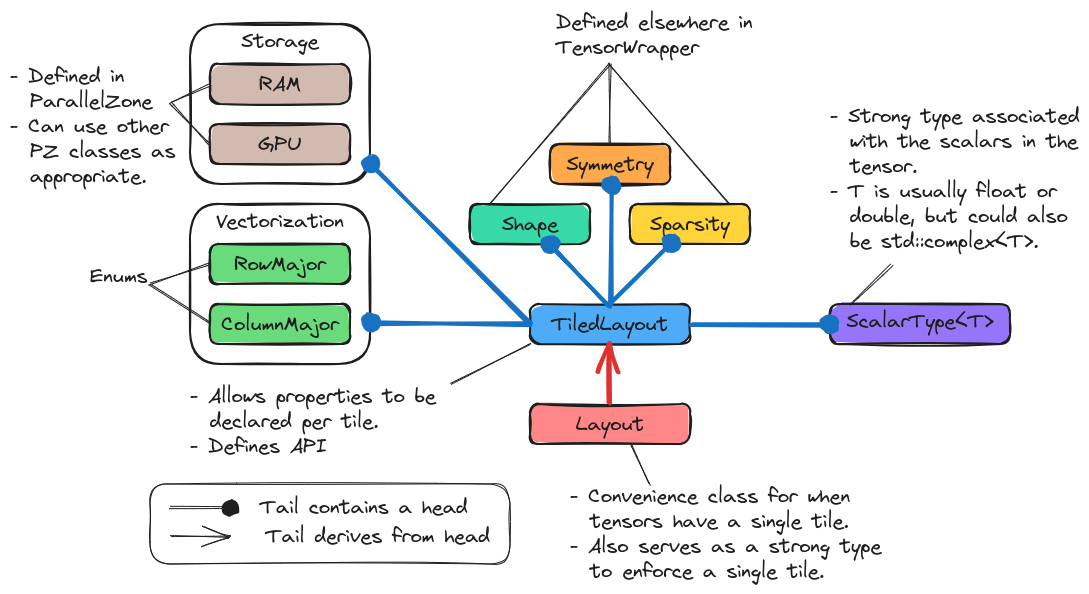
Above: _images/layout.png in NWChemEx/TensorWrapper (Excalidraw), before the change. Source tidied: one line per element, renumbered; positions are measured from the earlier drawing's top-left corner, leaving out a move shared by most shapes.
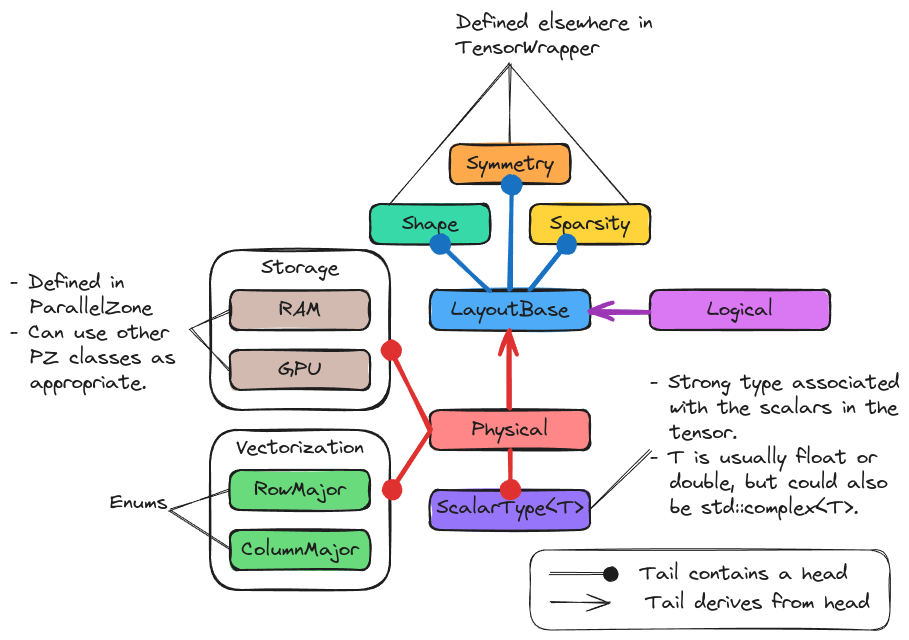
The same file after the commit.

What changed in the source:
```diff
@@ -1,52 +1,51 @@
-{"id": 0, "type": "rectangle", "strokeColor": "#1e1e1e", "backgroundColor": "#ff8787", "fillStyle": "solid", "strokeWidth": 2, "roughness": 1, "round": true, "x": 520, "y": 394, "width": 160, "height": 40}
+{"id": 0, "type": "rectangle", "strokeColor": "#1e1e1e", "backgroundColor": "#ff8787", "fillStyle": "solid", "strokeWidth": 2, "roughness": 1, "round": true, "x": 520, "y": 334, "width": 160, "height": 40}
-{"id": 1, "type": "text", "text": "Layout", "strokeColor": "#1e1e1e", "strokeWidth": 1, "roughness": 1, "fontSize": 20, "fontFamily": 1, "textAlign": "center", "verticalAlign": "middle", "inside": 0, "x": 566, "y": 402, "width": 68, "height": 25}
+{"id": 1, "type": "text", "text": "Physical", "strokeColor": "#1e1e1e", "strokeWidth": 1, "roughness": 1, "fontSize": 20, "fontFamily": 1, "textAlign": "center", "verticalAlign": "middle", "inside": 0, "x": 562, "y": 342, "width": 76, "height": 25}
-{"id": 2, "type": "rectangle", "strokeColor": "#1e1e1e", "backgroundColor": "#38d9a9", "fillStyle": "solid", "strokeWidth": 2, "roughness": 1, "round": true, "x": 460, "y": 194, "width": 120, "height": 40}
+{"id": 2, "type": "rectangle", "strokeColor": "#1e1e1e", "backgroundColor": "#38d9a9", "fillStyle": "solid", "strokeWidth": 2, "roughness": 1, "round": true, "x": 460, "y": 128, "width": 120, "height": 40}
-{"id": 3, "type": "text", "text": "Shape", "strokeColor": "#1e1e1e", "strokeWidth": 1, "roughness": 1, "fontSize": 20, "fontFamily": 1, "textAlign": "center", "verticalAlign": "middle", "inside": 2, "x": 492, "y": 202, "width": 56, "height": 25}
+{"id": 3, "type": "text", "text": "Shape", "strokeColor": "#1e1e1e", "strokeWidth": 1, "roughness": 1, "fontSize": 20, "fontFamily": 1, "textAlign": "center", "verticalAlign": "middle", "inside": 2, "x": 492, "y": 136, "width": 56, "height": 25}
-{"id": 4, "type": "rectangle", "strokeColor": "#1e1e1e", "backgroundColor": "#ffa94d", "fillStyle": "solid", "strokeWidth": 2, "roughness": 1, "round": true, "x": 540, "y": 134, "width": 120, "height": 40}
+{"id": 4, "type": "rectangle", "strokeColor": "#1e1e1e", "backgroundColor": "#ffa94d", "fillStyle": "solid", "strokeWidth": 2, "roughness": 1, "round": true, "x": 540, "y": 68, "width": 120, "height": 40}
-{"id": 5, "type": "text", "text": "Symmetry", "strokeColor": "#1e1e1e", "strokeWidth": 1, "roughness": 1, "fontSize": 20, "fontFamily": 1, "textAlign": "center", "verticalAlign": "middle", "inside": 4, "x": 556, "y": 142, "width": 87, "height": 25}
+{"id": 5, "type": "text", "text": "Symmetry", "strokeColor": "#1e1e1e", "strokeWidth": 1, "roughness": 1, "fontSize": 20, "fontFamily": 1, "textAlign": "center", "verticalAlign": "middle", "inside": 4, "x": 556, "y": 76, "width": 87, "height": 25}
-{"id": 6, "type": "rectangle", "strokeColor": "#1e1e1e", "backgroundColor": "#ffd43b", "fillStyle": "solid", "strokeWidth": 2, "roughness": 1, "round": true, "x": 620, "y": 194, "width": 120, "height": 40}
+{"id": 6, "type": "rectangle", "strokeColor": "#1e1e1e", "backgroundColor": "#ffd43b", "fillStyle": "solid", "strokeWidth": 2, "roughness": 1, "round": true, "x": 620, "y": 128, "width": 120, "height": 40}
-{"id": 7, "type": "text", "text": "Sparsity", "strokeColor": "#1e1e1e", "strokeWidth": 1, "roughness": 1, "fontSize": 20, "fontFamily": 1, "textAlign": "center", "verticalAlign": "middle", "inside": 6, "x": 640, "y": 202, "width": 80, "height": 25}
+{"id": 7, "type": "text", "text": "Sparsity", "strokeColor": "#1e1e1e", "strokeWidth": 1, "roughness": 1, "fontSize": 20, "fontFamily": 1, "textAlign": "center", "verticalAlign": "middle", "inside": 6, "x": 640, "y": 136, "width": 80, "height": 25}
-{"id": 8, "type": "rectangle", "strokeColor": "#1e1e1e", "strokeWidth": 2, "roughness": 1, "round": true, "x": 180, "y": 194, "width": 180, "height": 160}
+{"id": 8, "type": "rectangle", "strokeColor": "#1e1e1e", "strokeWidth": 2, "roughness": 1, "round": true, "x": 300, "y": 354, "width": 180, "height": 160}
-{"id": 9, "type": "text", "text": "Vectorization", "strokeColor": "#1e1e1e", "strokeWidth": 1, "roughness": 1, "fontSize": 20, "fontFamily": 1, "textAlign": "center", "inside": 8, "x": 206, "y": 199, "width": 128, "height": 25}
+{"id": 9, "type": "text", "text": "Vectorization", "strokeColor": "#1e1e1e", "strokeWidth": 1, "roughness": 1, "fontSize": 20, "fontFamily": 1, "textAlign": "center", "inside": 8, "x": 326, "y": 359, "width": 128, "height": 25}
-{"id": 10, "type": "rectangle", "strokeColor": "#1e1e1e", "backgroundColor": "#4dabf7", "fillStyle": "solid", "strokeWidth": 2, "roughness": 1, "round": true, "x": 520, "y": 294, "width": 160, "height": 40}
+{"id": 10, "type": "rectangle", "strokeColor": "#1e1e1e", "backgroundColor": "#4dabf7", "fillStyle": "solid", "strokeWidth": 2, "roughness": 1, "round": true, "x": 520, "y": 214, "width": 160, "height": 40}
-{"id": 11, "type": "text", "text": "TiledLayout", "strokeColor": "#1e1e1e", "strokeWidth": 1, "roughness": 1, "fontSize": 20, "fontFamily": 1, "textAlign": "center", "verticalAlign": "middle", "inside": 10, "x": 542, "y": 302, "width": 116, "height": 25}
+{"id": 11, "type": "text", "text": "LayoutBase", "strokeColor": "#1e1e1e", "strokeWidth": 1, "roughness": 1, "fontSize": 20, "fontFamily": 1, "textAlign": "center", "verticalAlign": "middle", "inside": 10, "x": 541, "y": 222, "width": 118, "height": 25}
-{"id": 12, "type": "text", "text": "- Allows properties to be\n  declared per tile.\n- Defines API", "strokeColor": "#1e1e1e", "strokeWidth": 1, "roughness": 1, "fontSize": 20, "fontFamily": 1, "x": 180, "y": 374, "width": 246, "height": 75}
-{"id": 13, "type": "text", "text": "- Convenience class for when \n  tensors have a single tile.\n- Also serves as a strong type\n  to enforce a single tile.", "strokeColor": "#1e1e1e", "strokeWidth": 1, "roughness": 1, "fontSize": 20, "fontFamily": 1, "x": 560, "y": 474, "width": 311, "height": 100}
-{"id": 14, "type": "rectangle", "strokeColor": "#1e1e1e", "backgroundColor": "#69db7c", "fillStyle": "solid", "strokeWidth": 2, "roughness": 1, "round": true, "x": 200, "y": 234, "width": 140, "height": 40}
+{"id": 14, "type": "rectangle", "strokeColor": "#1e1e1e", "backgroundColor": "#69db7c", "fillStyle": "solid", "strokeWidth": 2, "roughness": 1, "round": true, "x": 320, "y": 394, "width": 140, "height": 40}
-{"id": 15, "type": "text", "text": "RowMajor", "strokeColor": "#1e1e1e", "strokeWidth": 1, "roughness": 1, "fontSize": 20, "fontFamily": 1, "textAlign": "center", "verticalAlign": "middle", "inside": 14, "x": 224, "y": 242, "width": 92, "height": 25}
+{"id": 15, "type": "text", "text": "RowMajor", "strokeColor": "#1e1e1e", "strokeWidth": 1, "roughness": 1, "fontSize": 20, "fontFamily": 1, "textAlign": "center", "verticalAlign": "middle", "inside": 14, "x": 344, "y": 402, "width": 92, "height": 25}
-{"id": 16, "type": "rectangle", "strokeColor": "#1e1e1e", "backgroundColor": "#69db7c", "fillStyle": "solid", "strokeWidth": 2, "roughness": 1, "round": true, "x": 200, "y": 294, "width": 140, "height": 40}
+{"id": 16, "type": "rectangle", "strokeColor": "#1e1e1e", "backgroundColor": "#69db7c", "fillStyle": "solid", "strokeWidth": 2, "roughness": 1, "round": true, "x": 320, "y": 454, "width": 140, "height": 40}
-{"id": 17, "type": "text", "text": "ColumnMajor", "strokeColor": "#1e1e1e", "strokeWidth": 1, "roughness": 1, "fontSize": 20, "fontFamily": 1, "textAlign": "center", "verticalAlign": "middle", "inside": 16, "x": 211, "y": 302, "width": 117, "height": 25}
+{"id": 17, "type": "text", "text": "ColumnMajor", "strokeColor": "#1e1e1e", "strokeWidth": 1, "roughness": 1, "fontSize": 20, "fontFamily": 1, "textAlign": "center", "verticalAlign": "middle", "inside": 16, "x": 331, "y": 462, "width": 117, "height": 25}
-{"id": 18, "type": "text", "text": "Enums", "strokeColor": "#1e1e1e", "strokeWidth": 1, "roughness": 1, "fontSize": 20, "fontFamily": 1, "x": 80, "y": 254, "width": 58, "height": 25}
+{"id": 18, "type": "text", "text": "Enums", "strokeColor": "#1e1e1e", "strokeWidth": 1, "roughness": 1, "fontSize": 20, "fontFamily": 1, "x": 200, "y": 414, "width": 58, "height": 25}
-{"id": 19, "type": "rectangle", "strokeColor": "#1e1e1e", "backgroundColor": "#9775fa", "fillStyle": "solid", "strokeWidth": 2, "roughness": 1, "round": true, "x": 820, "y": 294, "width": 180, "height": 40}
+{"id": 19, "type": "rectangle", "strokeColor": "#1e1e1e", "backgroundColor": "#9775fa", "fillStyle": "solid", "strokeWidth": 2, "roughness": 1, "round": true, "x": 520, "y": 414, "width": 160, "height": 40}
-{"id": 20, "type": "text", "text": "ScalarType<T>", "strokeColor": "#1e1e1e", "strokeWidth": 1, "roughness": 1, "fontSize": 20, "fontFamily": 1, "textAlign": "center", "inside": 19, "x": 837, "y": 299, "width": 147, "height": 25}
+{"id": 20, "type": "text", "text": "ScalarType<T>", "strokeColor": "#1e1e1e", "strokeWidth": 1, "roughness": 1, "fontSize": 20, "fontFamily": 1, "textAlign": "center", "inside": 19, "x": 527, "y": 419, "width": 147, "height": 25}
-{"id": 21, "type": "text", "text": "- Strong type associated\n  with the scalars in the\n  tensor.\n- T is usually float or\n  double, but could also\n  be std::complex<T>.", "strokeColor": "#1e1e1e", "strokeWidth": 1, "roughness": 1, "fontSize": 20, "fontFamily": 1, "x": 820, "y": 94, "width": 250, "height": 150}
+{"id": 21, "type": "text", "text": "- Strong type associated\n  with the scalars in the\n  tensor.\n- T is usually float or\n  double, but could also\n  be std::complex<T>.", "strokeColor": "#1e1e1e", "strokeWidth": 1, "roughness": 1, "fontSize": 20, "fontFamily": 1, "x": 740, "y": 294, "width": 250, "height": 150}
-{"id": 22, "type": "line", "strokeColor": "#1e1e1e", "strokeWidth": 1, "roughness": 1, "round": true, "x": 140, "y": 274, "width": 60, "height": 20, "points": [[0, 0], [60, -20]]}
+{"id": 22, "type": "line", "strokeColor": "#1e1e1e", "strokeWidth": 1, "roughness": 1, "round": true, "x": 260, "y": 434, "width": 60, "height": 20, "points": [[0, 0], [60, -20]]}
-{"id": 23, "type": "line", "strokeColor": "#1e1e1e", "strokeWidth": 1, "roughness": 1, "round": true, "x": 140, "y": 274, "width": 60, "height": 40, "points": [[0, 0], [60, 40]]}
+{"id": 23, "type": "line", "strokeColor": "#1e1e1e", "strokeWidth": 1, "roughness": 1, "round": true, "x": 260, "y": 434, "width": 60, "height": 40, "points": [[0, 0], [60, 40]]}
-{"id": 24, "type": "line", "strokeColor": "#1e1e1e", "strokeWidth": 1, "roughness": 1, "round": true, "x": 841, "y": 294, "width": 40, "height": 40, "points": [[0, 0], [40, -40]]}
+{"id": 24, "type": "line", "strokeColor": "#1e1e1e", "strokeWidth": 1, "roughness": 1, "round": true, "x": 680, "y": 434, "width": 60, "height": 60, "points": [[0, 0], [60, -60]]}
-{"id": 25, "type": "arrow", "strokeColor": "#1971c2", "strokeWidth": 4, "roughness": 1, "endArrowhead": "dot", "round": true, "to": 4, "x": 601, "y": 295, "width": 0, "height": 120, "points": [[0, 0], [0, -120]]}
+{"id": 25, "type": "arrow", "strokeColor": "#1971c2", "strokeWidth": 4, "roughness": 1, "endArrowhead": "dot", "round": true, "from": 10, "to": 4, "x": 600, "y": 214, "width": 1, "height": 105, "points": [[0, 0], [1, -105]]}
-{"id": 26, "type": "arrow", "strokeColor": "#1971c2", "strokeWidth": 4, "roughness": 1, "endArrowhead": "dot", "round": true, "to": 2, "x": 600, "y": 296, "width": 60, "height": 60, "points": [[0, 0], [-60, -60]]}
+{"id": 26, "type": "arrow", "strokeColor": "#1971c2", "strokeWidth": 4, "roughness": 1, "endArrowhead": "dot", "round": true, "from": 10, "to": 2, "x": 580, "y": 214, "width": 49, "height": 44, "points": [[0, 0], [-49, -44]]}
-{"id": 27, "type": "arrow", "strokeColor": "#1971c2", "strokeWidth": 4, "roughness": 1, "endArrowhead": "dot", "round": true, "from": 10, "to": 6, "x": 600, "y": 294, "width": 60, "height": 60, "points": [[0, 0], [60, -60]]}
+{"id": 27, "type": "arrow", "strokeColor": "#1971c2", "strokeWidth": 4, "roughness": 1, "endArrowhead": "dot", "round": true, "from": 10, "to": 6, "x": 620, "y": 214, "width": 35, "height": 45, "points": [[0, 0], [35, -45]]}
-{"id": 28, "type": "arrow", "strokeColor": "#1971c2", "strokeWidth": 4, "roughness": 1, "endArrowhead": "dot", "round": true, "from": 10, "to": 19, "x": 681, "y": 314, "width": 138, "height": 1, "points": [[0, 0], [138, 1]]}
+{"id": 28, "type": "arrow", "strokeColor": "#e03131", "strokeWidth": 4, "roughness": 1, "endArrowhead": "dot", "round": true, "from": 0, "x": 600, "y": 374, "width": 0, "height": 40, "points": [[0, 0], [0, 40]]}
-{"id": 29, "type": "arrow", "strokeColor": "#1971c2", "strokeWidth": 4, "roughness": 1, "endArrowhead": "dot", "round": true, "from": 10, "to": 8, "x": 520, "y": 314, "width": 160, "height": 0, "points": [[0, 0], [-160, 0]]}
+{"id": 29, "type": "arrow", "strokeColor": "#e03131", "strokeWidth": 4, "roughness": 1, "endArrowhead": "dot", "round": true, "from": 0, "to": 8, "x": 520, "y": 354, "width": 39, "height": 61, "points": [[0, 0], [-39, 61]]}
-{"id": 30, "type": "arrow", "strokeColor": "#e03131", "strokeWidth": 4, "roughness": 1, "endArrowhead": "arrow", "round": true, "from": 0, "to": 10, "x": 600, "y": 394, "width": 0, "height": 60, "points": [[0, 0], [0, -60]]}
+{"id": 30, "type": "arrow", "strokeColor": "#e03131", "strokeWidth": 4, "roughness": 1, "endArrowhead": "arrow", "round": true, "from": 0, "to": 10, "x": 600, "y": 333, "width": 0, "height": 78, "points": [[0, 0], [0, -78]]}
-{"id": 31, "type": "arrow", "strokeColor": "#1e1e1e", "strokeWidth": 1, "roughness": 1, "endArrowhead": "dot", "round": true, "x": 160, "y": 497, "width": 60, "height": 0, "points": [[0, 0], [60, 0]]}
+{"id": 31, "type": "arrow", "strokeColor": "#1e1e1e", "strokeWidth": 1, "roughness": 1, "endArrowhead": "dot", "round": true, "x": 640, "y": 497, "width": 60, "height": 0, "points": [[0, 0], [60, 0]]}
-{"id": 32, "type": "text", "text": "Tail contains a head", "strokeColor": "#1e1e1e", "strokeWidth": 1, "roughness": 1, "fontSize": 20, "fontFamily": 1, "x": 250, "y": 485, "width": 208, "height": 25}
+{"id": 32, "type": "text", "text": "Tail contains a head", "strokeColor": "#1e1e1e", "strokeWidth": 1, "roughness": 1, "fontSize": 20, "fontFamily": 1, "x": 730, "y": 485, "width": 208, "height": 25}
-{"id": 33, "type": "arrow", "strokeColor": "#1e1e1e", "strokeWidth": 1, "roughness": 1, "endArrowhead": "arrow", "round": true, "x": 161, "y": 526, "width": 60, "height": 0, "points": [[0, 0], [60, 0]]}
+{"id": 33, "type": "arrow", "strokeColor": "#1e1e1e", "strokeWidth": 1, "roughness": 1, "endArrowhead": "arrow", "round": true, "x": 641, "y": 526, "width": 60, "height": 0, "points": [[0, 0], [60, 0]]}
-{"id": 34, "type": "text", "text": "Tail derives from head", "strokeColor": "#1e1e1e", "strokeWidth": 1, "roughness": 1, "fontSize": 20, "fontFamily": 1, "x": 256, "y": 514, "width": 224, "height": 25}
+{"id": 34, "type": "text", "text": "Tail derives from head", "strokeColor": "#1e1e1e", "strokeWidth": 1, "roughness": 1, "fontSize": 20, "fontFamily": 1, "x": 736, "y": 514, "width": 224, "height": 25}
-{"id": 35, "type": "rectangle", "strokeColor": "#1e1e1e", "strokeWidth": 1, "roughness": 1, "round": true, "x": 140, "y": 474, "width": 360, "height": 80}
+{"id": 35, "type": "rectangle", "strokeColor": "#1e1e1e", "strokeWidth": 1, "roughness": 1, "round": true, "x": 620, "y": 474, "width": 360, "height": 80}
-{"id": 36, "type": "line", "strokeColor": "#1e1e1e", "strokeWidth": 1, "roughness": 1, "round": true, "x": 440, "y": 374, "width": 80, "height": 40, "points": [[0, 0], [80, -40]]}
-{"id": 37, "type": "line", "strokeColor": "#1e1e1e", "strokeWidth": 1, "roughness": 1, "round": true, "x": 640, "y": 474, "width": 20, "height": 40, "points": [[0, 0], [-20, -40]]}
-{"id": 38, "type": "line", "strokeColor": "#1e1e1e", "backgroundColor": "#ff8787", "fillStyle": "solid", "strokeWidth": 1, "roughness": 1, "round": true, "x": 480, "y": 194, "width": 120, "height": 140, "points": [[0, 0], [120, -140]]}
+{"id": 38, "type": "line", "strokeColor": "#1e1e1e", "backgroundColor": "#ff8787", "fillStyle": "solid", "strokeWidth": 1, "roughness": 1, "round": true, "x": 480, "y": 128, "width": 120, "height": 140, "points": [[0, 0], [120, -140]]}
-{"id": 39, "type": "line", "strokeColor": "#1e1e1e", "backgroundColor": "#ff8787", "fillStyle": "solid", "strokeWidth": 1, "roughness": 1, "round": true, "x": 600, "y": 134, "width": 0, "height": 80, "points": [[0, 0], [0, -80]]}
+{"id": 39, "type": "line", "strokeColor": "#1e1e1e", "backgroundColor": "#ff8787", "fillStyle": "solid", "strokeWidth": 1, "roughness": 1, "round": true, "x": 600, "y": 68, "width": 0, "height": 80, "points": [[0, 0], [0, -80]]}
-{"id": 40, "type": "line", "strokeColor": "#1e1e1e", "backgroundColor": "#ff8787", "fillStyle": "solid", "strokeWidth": 1, "roughness": 1, "round": true, "x": 720, "y": 194, "width": 120, "height": 140, "points": [[0, 0], [-120, -140]]}
+{"id": 40, "type": "line", "strokeColor": "#1e1e1e", "backgroundColor": "#ff8787", "fillStyle": "solid", "strokeWidth": 1, "roughness": 1, "round": true, "x": 720, "y": 128, "width": 120, "height": 140, "points": [[0, 0], [-120, -140]]}
-{"id": 41, "type": "text", "text": "Defined elsewhere in\nTensorWrapper", "strokeColor": "#1e1e1e", "backgroundColor": "#ff8787", "fillStyle": "solid", "strokeWidth": 2, "roughness": 1, "fontSize": 20, "fontFamily": 1, "x": 546, "y": 0, "width": 197, "height": 50}
+{"id": 41, "type": "text", "text": "Defined elsewhere in\nTensorWrapper", "strokeColor": "#1e1e1e", "backgroundColor": "#ff8787", "fillStyle": "solid", "strokeWidth": 2, "roughness": 1, "fontSize": 20, "fontFamily": 1, "x": 546, "y": -66, "width": 197, "height": 50}
-{"id": 42, "type": "rectangle", "strokeColor": "#1e1e1e", "strokeWidth": 2, "roughness": 1, "round": true, "x": 180, "y": 14, "width": 180, "height": 160}
+{"id": 42, "type": "rectangle", "strokeColor": "#1e1e1e", "strokeWidth": 2, "roughness": 1, "round": true, "x": 300, "y": 174, "width": 180, "height": 160}
-{"id": 43, "type": "text", "text": "Storage", "strokeColor": "#1e1e1e", "backgroundColor": "#9775fa", "fillStyle": "solid", "strokeWidth": 2, "roughness": 1, "fontSize": 20, "fontFamily": 1, "textAlign": "center", "inside": 42, "x": 231, "y": 19, "width": 77, "height": 25}
+{"id": 43, "type": "text", "text": "Storage", "strokeColor": "#1e1e1e", "backgroundColor": "#9775fa", "fillStyle": "solid", "strokeWidth": 2, "roughness": 1, "fontSize": 20, "fontFamily": 1, "textAlign": "center", "inside": 42, "x": 351, "y": 179, "width": 77, "height": 25}
-{"id": 44, "type": "rectangle", "strokeColor": "#1e1e1e", "backgroundColor": "#d2bab0", "fillStyle": "solid", "strokeWidth": 2, "roughness": 1, "round": true, "x": 200, "y": 54, "width": 140, "height": 40}
+{"id": 44, "type": "rectangle", "strokeColor": "#1e1e1e", "backgroundColor": "#d2bab0", "fillStyle": "solid", "strokeWidth": 2, "roughness": 1, "round": true, "x": 320, "y": 214, "width": 140, "height": 40}
-{"id": 45, "type": "text", "text": "RAM", "strokeColor": "#1e1e1e", "strokeWidth": 2, "roughness": 1, "fontSize": 20, "fontFamily": 1, "textAlign": "center", "verticalAlign": "middle", "inside": 44, "x": 249, "y": 62, "width": 42, "height": 25}
+{"id": 45, "type": "text", "text": "RAM", "strokeColor": "#1e1e1e", "strokeWidth": 2, "roughness": 1, "fontSize": 20, "fontFamily": 1, "textAlign": "center", "verticalAlign": "middle", "inside": 44, "x": 369, "y": 222, "width": 42, "height": 25}
-{"id": 46, "type": "rectangle", "strokeColor": "#1e1e1e", "backgroundColor": "#d2bab0", "fillStyle": "solid", "strokeWidth": 2, "roughness": 1, "round": true, "x": 200, "y": 114, "width": 140, "height": 40}
+{"id": 46, "type": "rectangle", "strokeColor": "#1e1e1e", "backgroundColor": "#d2bab0", "fillStyle": "solid", "strokeWidth": 2, "roughness": 1, "round": true, "x": 320, "y": 274, "width": 140, "height": 40}
-{"id": 47, "type": "text", "text": "GPU", "strokeColor": "#1e1e1e", "strokeWidth": 2, "roughness": 1, "fontSize": 20, "fontFamily": 1, "textAlign": "center", "verticalAlign": "middle", "inside": 46, "x": 248, "y": 122, "width": 43, "height": 25}
+{"id": 47, "type": "text", "text": "GPU", "strokeColor": "#1e1e1e", "strokeWidth": 2, "roughness": 1, "fontSize": 20, "fontFamily": 1, "textAlign": "center", "verticalAlign": "middle", "inside": 46, "x": 368, "y": 282, "width": 43, "height": 25}
-{"id": 48, "type": "text", "text": "- Defined in\n  ParallelZone\n- Can use other\n  PZ classes as\n  appropriate.", "strokeColor": "#1e1e1e", "strokeWidth": 2, "roughness": 1, "fontSize": 20, "fontFamily": 1, "x": 0, "y": 54, "width": 166, "height": 125}
+{"id": 48, "type": "text", "text": "- Defined in\n  ParallelZone\n- Can use other\n  PZ classes as\n  appropriate.", "strokeColor": "#1e1e1e", "strokeWidth": 2, "roughness": 1, "fontSize": 20, "fontFamily": 1, "x": 100, "y": 194, "width": 166, "height": 125}
-{"id": 49, "type": "line", "strokeColor": "#1e1e1e", "strokeWidth": 1, "roughness": 1, "round": true, "x": 160, "y": 94, "width": 40, "height": 20, "points": [[0, 0], [40, -20]]}
+{"id": 49, "type": "line", "strokeColor": "#1e1e1e", "strokeWidth": 1, "roughness": 1, "round": true, "x": 280, "y": 254, "width": 40, "height": 20, "points": [[0, 0], [40, -20]]}
-{"id": 50, "type": "line", "strokeColor": "#1e1e1e", "strokeWidth": 1, "roughness": 1, "round": true, "x": 160, "y": 94, "width": 40, "height": 40, "points": [[0, 0], [40, 40]]}
+{"id": 50, "type": "line", "strokeColor": "#1e1e1e", "strokeWidth": 1, "roughness": 1, "round": true, "x": 280, "y": 254, "width": 40, "height": 40, "points": [[0, 0], [40, 40]]}
-{"id": 51, "type": "arrow", "strokeColor": "#1971c2", "backgroundColor": "#d2bab0", "fillStyle": "solid", "strokeWidth": 4, "roughness": 1, "endArrowhead": "dot", "round": true, "from": 10, "x": 520, "y": 314, "width": 160, "height": 160, "points": [[0, 0], [-160, -160]]}
+{"id": 51, "type": "arrow", "strokeColor": "#e03131", "backgroundColor": "#d2bab0", "fillStyle": "solid", "strokeWidth": 4, "roughness": 1, "endArrowhead": "dot", "round": true, "from": 0, "to": 42, "x": 520, "y": 354, "width": 40, "height": 80, "points": [[0, 0], [-40, -80]]}
+{"id": 52, "type": "rectangle", "strokeColor": "#1e1e1e", "backgroundColor": "#da77f2", "fillStyle": "solid", "strokeWidth": 2, "roughness": 1, "round": true, "x": 740, "y": 214, "width": 180, "height": 40}
+{"id": 53, "type": "text", "text": "Logical", "strokeColor": "#1e1e1e", "backgroundColor": "#9775fa", "fillStyle": "solid", "strokeWidth": 2, "roughness": 0, "fontSize": 20, "fontFamily": 1, "textAlign": "center", "verticalAlign": "middle", "inside": 52, "x": 797, "y": 222, "width": 66, "height": 25}
+{"id": 54, "type": "arrow", "strokeColor": "#9c36b5", "backgroundColor": "#9775fa", "fillStyle": "solid", "strokeWidth": 4, "roughness": 1, "endArrowhead": "arrow", "round": true, "from": 52, "to": 10, "x": 739, "y": 236, "width": 58, "height": 0, "points": [[0, 0], [-58, 0]]}
```
